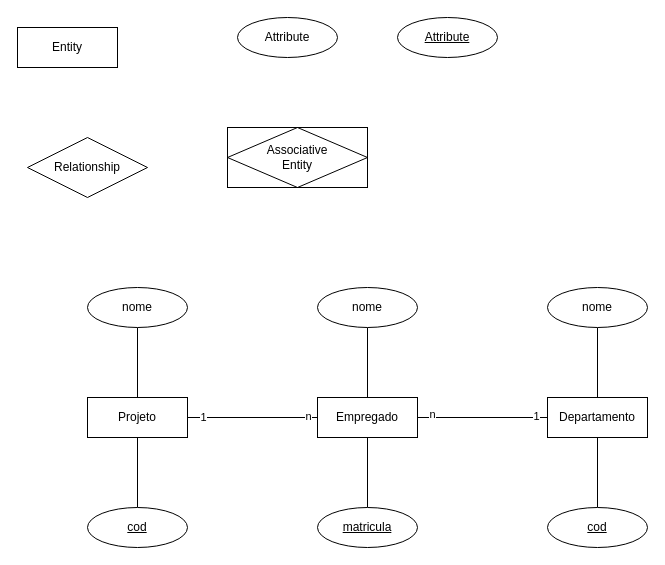
Above: Diagramas/Prova 01 questão 03.drawio in bruniculos08/BAN1002 (draw.io), before the change. Source tidied: cells renumbered, new cells numbered last; positions are measured from the earlier drawing's top-left corner, leaving out a move shared by most shapes. Both pictures are drawn from the tidied source at 100%, with x=0, y=0 at pixel (17, 17).
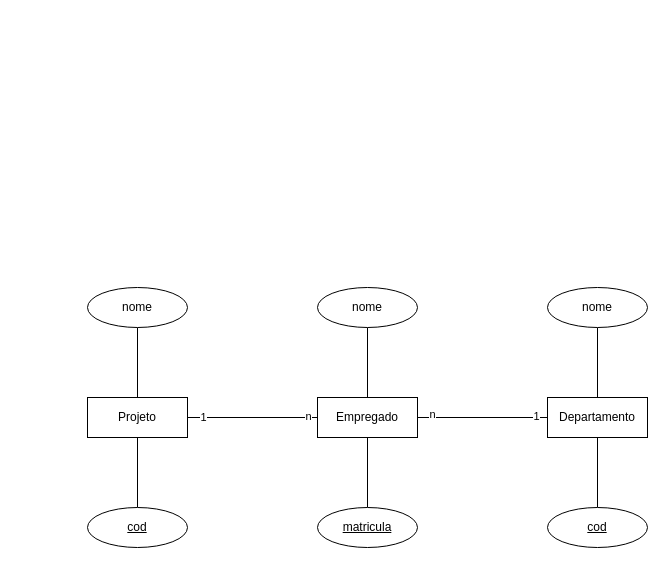
Above is the later version.

Change to the diagram source:
```diff
@@
-    <mxCell id="2" value="Entity" style="whiteSpace=wrap;html=1;align=center;" parent="1" vertex="1">
-      <mxGeometry y="10" width="100" height="40" as="geometry" />
-    </mxCell>
-    <mxCell id="3" value="Attribute" style="ellipse;whiteSpace=wrap;html=1;align=center;" parent="1" vertex="1">
-      <mxGeometry x="220" width="100" height="40" as="geometry" />
-    </mxCell>
-    <mxCell id="4" value="Relationship" style="shape=rhombus;perimeter=rhombusPerimeter;whiteSpace=wrap;html=1;align=center;" parent="1" vertex="1">
-      <mxGeometry x="10" y="120" width="120" height="60" as="geometry" />
-    </mxCell>
-    <mxCell id="5" value="Associative&#10;Entity" style="shape=associativeEntity;whiteSpace=wrap;html=1;align=center;" parent="1" vertex="1">
-      <mxGeometry x="210" y="110" width="140" height="60" as="geometry" />
-    </mxCell>
@@
-    <mxCell id="18" value="Attribute" style="ellipse;whiteSpace=wrap;html=1;align=center;fontStyle=4;" parent="1" vertex="1">
-      <mxGeometry x="380" width="100" height="40" as="geometry" />
-    </mxCell>
```
